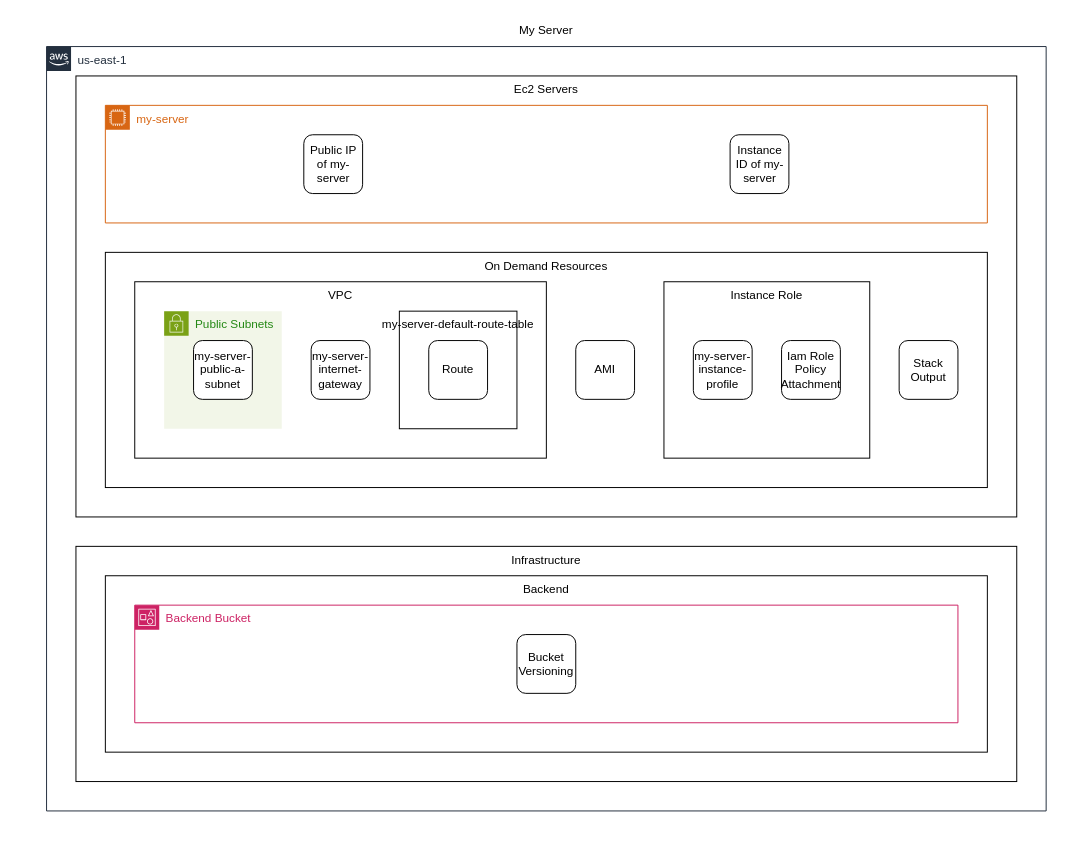
The draw.io diagram sites/www/src/docs/examples/tf-aws/composites/ec2-servers/output/my-server-all.drawio in dinghydev/dinghy, before the edit. Source tidied: cells renumbered, new cells numbered last; positions are measured from the earlier drawing's top-left corner, leaving out a move shared by most shapes. Both pictures are drawn from the tidied source at 98%, with x=0, y=0 at pixel (17, 17).
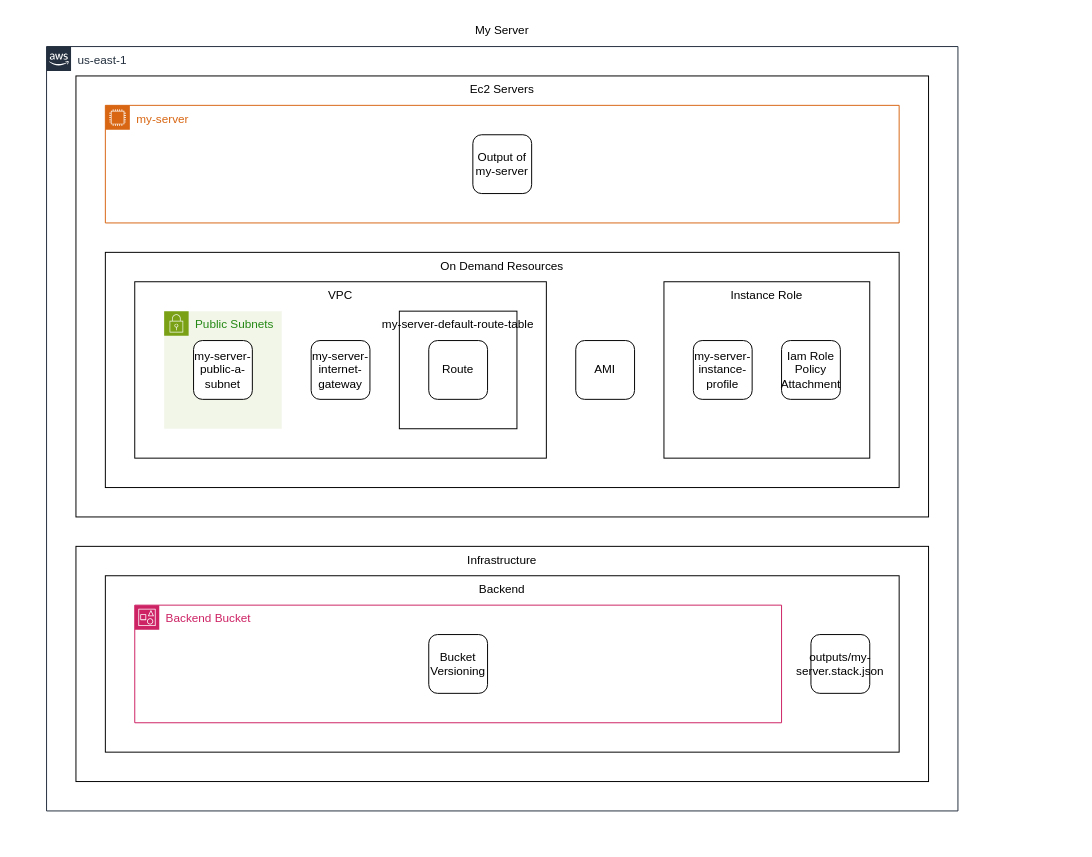
After the change.

Diff of the diagram source:
```diff
@@
     <mxCell id="2" value="My Server" style="verticalAlign=top;align=center;spacingLeft=5;spacingRight=5;spacingBottom=5;strokeColor=none;" parent="1" vertex="1">
-      <mxGeometry width="1080" height="840" as="geometry" />
+      <mxGeometry width="990" height="840" as="geometry" />
     </mxCell>
     <mxCell id="3" value="us-east-1" style="verticalAlign=top;align=left;spacingLeft=30;spacingRight=5;spacingBottom=5;gradientColor=none;html=1;whiteSpace=wrap;fontSize=12;fontStyle=0;shape=mxgraph.aws4.group;grIcon=mxgraph.aws4.group_aws_cloud_alt;strokeColor=#232F3E;fillColor=none;fontColor=#232F3E;dashed=0;" parent="2" vertex="1">
-      <mxGeometry x="30" y="30" width="1020" height="780" as="geometry" />
+      <mxGeometry x="30" y="30" width="930" height="780" as="geometry" />
     </mxCell>
     <mxCell id="4" value="Ec2 Servers" style="verticalAlign=top;align=center;spacingLeft=5;spacingRight=5;spacingBottom=5;" parent="3" vertex="1">
-      <mxGeometry x="30" y="30" width="960" height="450" as="geometry" />
+      <mxGeometry x="30" y="30" width="870" height="450" as="geometry" />
     </mxCell>
     <mxCell id="5" value="my-server" style="verticalAlign=top;align=left;spacingLeft=30;spacingRight=5;spacingBottom=5;gradientColor=none;html=1;whiteSpace=wrap;fontSize=12;fontStyle=0;shape=mxgraph.aws4.group;grIcon=mxgraph.aws4.group_ec2_instance_contents;strokeColor=#D86613;fillColor=none;fontColor=#D86613;dashed=0;" parent="4" vertex="1">
-      <mxGeometry x="30" y="30" width="900" height="120" as="geometry" />
+      <mxGeometry x="30" y="30" width="810" height="120" as="geometry" />
     </mxCell>
-    <mxCell id="6" value="Public IP of my-server" style="rounded=1;whiteSpace=wrap;verticalAlign=middle;align=center;" parent="5" vertex="1">
-      <mxGeometry x="202.5" y="30" width="60" height="60" as="geometry" />
-    </mxCell>
-    <mxCell id="7" value="Instance ID of my-server" style="rounded=1;whiteSpace=wrap;verticalAlign=middle;align=center;" parent="5" vertex="1">
-      <mxGeometry x="637.5" y="30" width="60" height="60" as="geometry" />
-    </mxCell>
+    <mxCell id="24" value="Output of my-server" style="rounded=1;whiteSpace=wrap;verticalAlign=middle;align=center;" parent="5" vertex="1">
+      <mxGeometry x="375" y="30" width="60" height="60" as="geometry" />
+    </mxCell>
     <mxCell id="8" value="On Demand Resources" style="verticalAlign=top;align=center;spacingLeft=5;spacingRight=5;spacingBottom=5;" parent="4" vertex="1">
-      <mxGeometry x="30" y="180" width="900" height="240" as="geometry" />
+      <mxGeometry x="30" y="180" width="810" height="240" as="geometry" />
     </mxCell>
@@
-    <mxCell id="19" value="Stack Output" style="rounded=1;whiteSpace=wrap;verticalAlign=middle;align=center;" parent="8" vertex="1">
-      <mxGeometry x="810" y="90" width="60" height="60" as="geometry" />
-    </mxCell>
     <mxCell id="20" value="Infrastructure" style="verticalAlign=top;align=center;spacingLeft=5;spacingRight=5;spacingBottom=5;" parent="3" vertex="1">
-      <mxGeometry x="30" y="510" width="960" height="240" as="geometry" />
+      <mxGeometry x="30" y="510" width="870" height="240" as="geometry" />
     </mxCell>
     <mxCell id="21" value="Backend" style="verticalAlign=top;align=center;spacingLeft=5;spacingRight=5;spacingBottom=5;" parent="20" vertex="1">
-      <mxGeometry x="30" y="30" width="900" height="180" as="geometry" />
+      <mxGeometry x="30" y="30" width="810" height="180" as="geometry" />
     </mxCell>
     <mxCell id="22" value="Backend Bucket" style="verticalAlign=top;align=left;spacingLeft=30;spacingRight=5;spacingBottom=5;gradientColor=none;html=1;whiteSpace=wrap;fontSize=12;fontStyle=0;shape=mxgraph.aws4.group;grIcon=mxgraph.aws4.group_account;strokeColor=#CD2264;fillColor=none;fontColor=#CD2264;dashed=0;" parent="21" vertex="1">
-      <mxGeometry x="30" y="30" width="840" height="120" as="geometry" />
+      <mxGeometry x="30" y="30" width="660" height="120" as="geometry" />
     </mxCell>
     <mxCell id="23" value="Bucket Versioning" style="rounded=1;whiteSpace=wrap;verticalAlign=middle;align=center;" parent="22" vertex="1">
-      <mxGeometry x="390" y="30" width="60" height="60" as="geometry" />
+      <mxGeometry x="300" y="30" width="60" height="60" as="geometry" />
     </mxCell>
+    <mxCell id="19" value="outputs/my-server.stack.json" style="rounded=1;whiteSpace=wrap;verticalAlign=middle;align=center;" parent="21" vertex="1">
+      <mxGeometry x="720" y="60" width="60" height="60" as="geometry" />
+    </mxCell>
```
